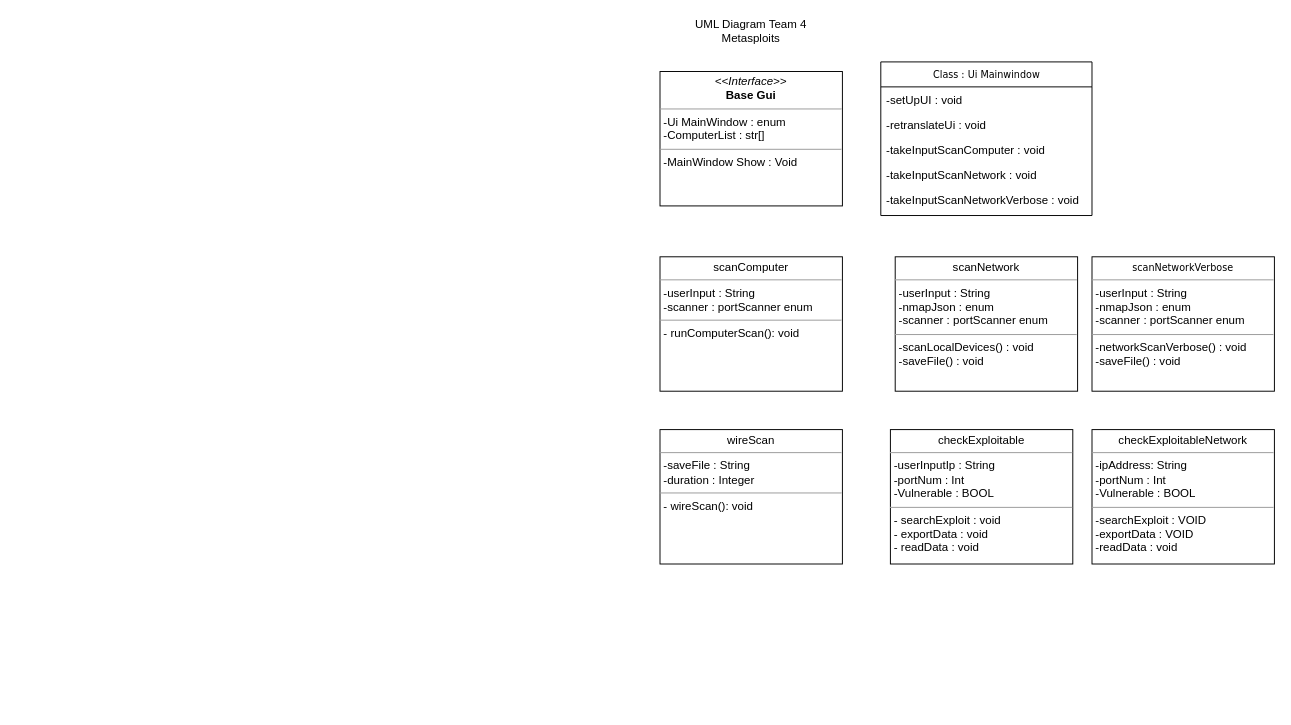
The draw.io diagram UMLDiagram.drawio in illusion173/NetBox, before the edit. Source tidied: cells renumbered, new cells numbered last; positions are measured from the earlier drawing's top-left corner, leaving out a move shared by most shapes. Both pictures are drawn from the tidied source at 96%, with x=0, y=0 at pixel (660, 16).
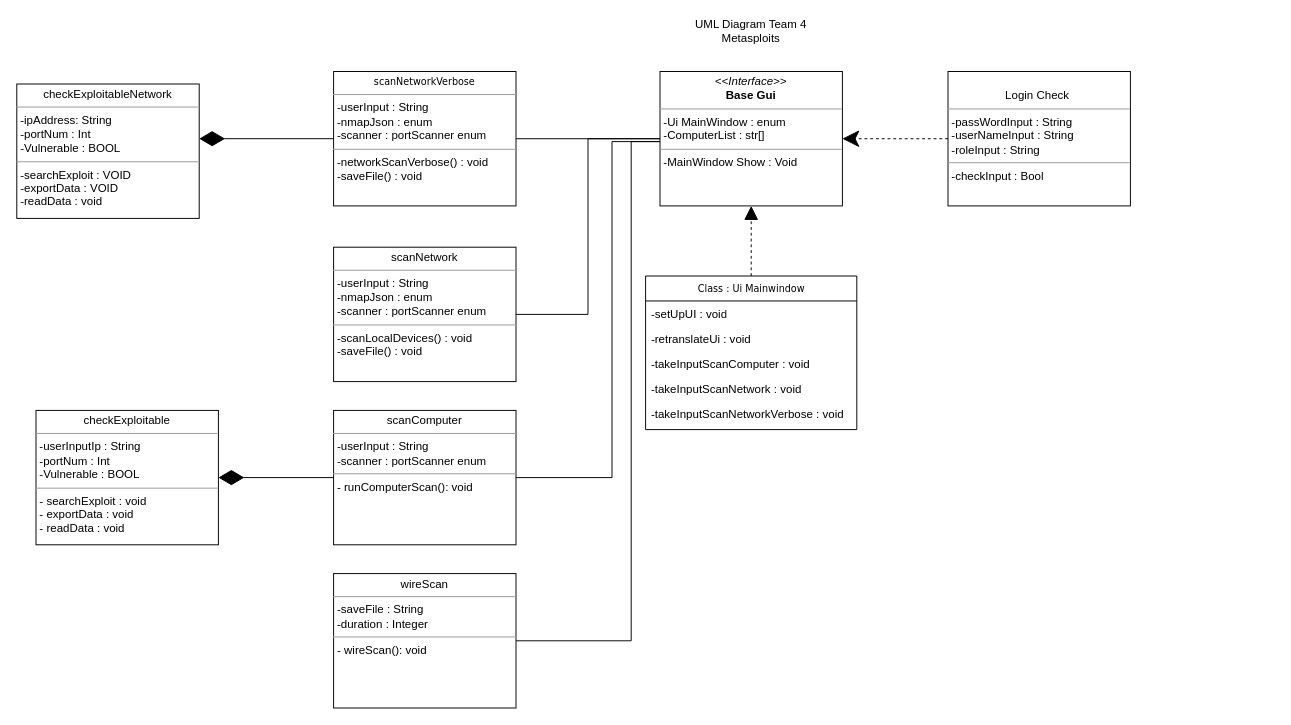
Above is the later version.

Unchanged cells that the change refers to:
```xml
<mxCell id="9" value="&lt;p style=&quot;margin: 0px ; margin-top: 4px ; text-align: center&quot;&gt;&lt;i&gt;&amp;lt;&amp;lt;Interface&amp;gt;&amp;gt;&lt;/i&gt;&lt;br&gt;&lt;b&gt;Base Gui&lt;/b&gt;&lt;/p&gt;&lt;hr size=&quot;1&quot;&gt;&lt;p style=&quot;margin: 0px ; margin-left: 4px&quot;&gt;-Ui MainWindow : enum&lt;/p&gt;&lt;p style=&quot;margin: 0px ; margin-left: 4px&quot;&gt;-ComputerList : str[]&lt;/p&gt;&lt;hr size=&quot;1&quot;&gt;&lt;p style=&quot;margin: 0px ; margin-left: 4px&quot;&gt;-MainWindow Show : Void&lt;/p&gt;" style="verticalAlign=top;align=left;overflow=fill;fontSize=12;fontFamily=Helvetica;html=1;rounded=0;shadow=0;comic=0;labelBackgroundColor=none;strokeWidth=1;" parent="1" vertex="1">
  <mxGeometry y="57" width="190" height="140" as="geometry" />
</mxCell>
```

What changed in the source:
```diff
@@
+    <mxCell id="16" style="edgeStyle=orthogonalEdgeStyle;rounded=0;jettySize=auto;html=1;endArrow=block;endFill=1;dashed=1;endSize=12;" parent="1" edge="1" source="2" target="9">
+      <mxGeometry relative="1" as="geometry" />
+    </mxCell>
     <mxCell id="2" value="Class : Ui Mainwindow" style="swimlane;html=1;fontStyle=0;horizontal=1;startSize=26;fillColor=none;swimlaneFillColor=#ffffff;rounded=0;shadow=0;comic=0;labelBackgroundColor=none;strokeWidth=1;fontFamily=Verdana;fontSize=10;align=center;" parent="1" vertex="1">
-      <mxGeometry x="230" y="47" width="220" height="160" as="geometry" />
+      <mxGeometry x="-15" y="270" width="220" height="160" as="geometry" />
     </mxCell>
@@
+    <mxCell id="17" style="edgeStyle=orthogonalEdgeStyle;rounded=0;jettySize=auto;html=1;entryX=0;entryY=0.5;entryDx=0;entryDy=0;endArrow=none;endFill=0;" parent="1" edge="1" source="8" target="9">
+      <mxGeometry relative="1" as="geometry" />
+    </mxCell>
     <mxCell id="8" value="&lt;p style=&quot;margin: 0px ; margin-top: 4px ; text-align: center&quot;&gt;scanNetwork&lt;/p&gt;&lt;hr size=&quot;1&quot;&gt;&lt;p style=&quot;margin: 0px ; margin-left: 4px&quot;&gt;-userInput : String&lt;br&gt;&lt;/p&gt;&lt;p style=&quot;margin: 0px ; margin-left: 4px&quot;&gt;-nmapJson : enum&lt;/p&gt;&lt;p style=&quot;margin: 0px ; margin-left: 4px&quot;&gt;-scanner : portScanner enum&lt;br&gt;&lt;/p&gt;&lt;hr size=&quot;1&quot;&gt;&lt;p style=&quot;margin: 0px ; margin-left: 4px&quot;&gt;-scanLocalDevices() : void&lt;/p&gt;&lt;p style=&quot;margin: 0px ; margin-left: 4px&quot;&gt;-saveFile() : void&lt;/p&gt;" style="verticalAlign=top;align=left;overflow=fill;fontSize=12;fontFamily=Helvetica;html=1;rounded=0;shadow=0;comic=0;labelBackgroundColor=none;strokeWidth=1;" parent="1" vertex="1">
-      <mxGeometry x="245" y="250" width="190" height="140" as="geometry" />
+      <mxGeometry x="-340" y="240" width="190" height="140" as="geometry" />
     </mxCell>
@@
+    <mxCell id="18" style="edgeStyle=orthogonalEdgeStyle;rounded=0;jettySize=auto;html=1;endArrow=none;endFill=0;" parent="1" edge="1" source="10">
+      <mxGeometry relative="1" as="geometry">
+        <mxPoint y="130" as="targetPoint" />
+        <Array as="points">
+          <mxPoint x="-50" y="480" />
+          <mxPoint x="-50" y="130" />
+        </Array>
+      </mxGeometry>
+    </mxCell>
+    <mxCell id="19" style="edgeStyle=orthogonalEdgeStyle;rounded=0;jettySize=auto;html=1;entryX=1;entryY=0.5;entryDx=0;entryDy=0;endArrow=diamondThin;endFill=1;endSize=24;strokeWidth=1;" parent="1" edge="1" source="10" target="14">
+      <mxGeometry relative="1" as="geometry" />
+    </mxCell>
     <mxCell id="10" value="&lt;p style=&quot;margin: 0px ; margin-top: 4px ; text-align: center&quot;&gt;scanComputer&lt;/p&gt;&lt;hr size=&quot;1&quot;&gt;&lt;p style=&quot;margin: 0px ; margin-left: 4px&quot;&gt;-userInput : String&lt;br&gt;&lt;/p&gt;&lt;p style=&quot;margin: 0px ; margin-left: 4px&quot;&gt;-scanner : portScanner enum&lt;/p&gt;&lt;hr size=&quot;1&quot;&gt;&lt;p style=&quot;margin: 0px ; margin-left: 4px&quot;&gt;- runComputerScan(): void&lt;br&gt;&lt;/p&gt;" style="verticalAlign=top;align=left;overflow=fill;fontSize=12;fontFamily=Helvetica;html=1;rounded=0;shadow=0;comic=0;labelBackgroundColor=none;strokeWidth=1;" parent="1" vertex="1">
-      <mxGeometry y="250" width="190" height="140" as="geometry" />
+      <mxGeometry x="-340" y="410" width="190" height="140" as="geometry" />
     </mxCell>
@@
+    <mxCell id="20" style="edgeStyle=orthogonalEdgeStyle;rounded=0;jettySize=auto;html=1;entryX=0;entryY=0.5;entryDx=0;entryDy=0;endArrow=none;endFill=0;" parent="1" edge="1" source="12" target="9">
+      <mxGeometry relative="1" as="geometry" />
+    </mxCell>
+    <mxCell id="21" style="edgeStyle=orthogonalEdgeStyle;rounded=0;jettySize=auto;html=1;entryX=1;entryY=0.407;entryDx=0;entryDy=0;entryPerimeter=0;endArrow=diamondThin;endFill=1;endSize=24;strokeWidth=1;" parent="1" edge="1" source="12" target="15">
+      <mxGeometry relative="1" as="geometry" />
+    </mxCell>
     <mxCell id="12" value="&lt;p style=&quot;margin: 0px ; margin-top: 4px ; text-align: center&quot;&gt;&lt;span style=&quot;font-family: &amp;#34;verdana&amp;#34; ; font-size: 10px&quot;&gt;scanNetworkVerbose&lt;/span&gt;&lt;br&gt;&lt;/p&gt;&lt;hr size=&quot;1&quot;&gt;&lt;p style=&quot;margin: 0px ; margin-left: 4px&quot;&gt;-userInput : String&lt;br&gt;&lt;/p&gt;&lt;p style=&quot;margin: 0px ; margin-left: 4px&quot;&gt;-nmapJson : enum&lt;/p&gt;&lt;p style=&quot;margin: 0px ; margin-left: 4px&quot;&gt;-scanner : portScanner enum&lt;br&gt;&lt;/p&gt;&lt;hr size=&quot;1&quot;&gt;&lt;p style=&quot;margin: 0px ; margin-left: 4px&quot;&gt;-networkScanVerbose() : void&lt;/p&gt;&lt;p style=&quot;margin: 0px ; margin-left: 4px&quot;&gt;-saveFile() : void&lt;/p&gt;" style="verticalAlign=top;align=left;overflow=fill;fontSize=12;fontFamily=Helvetica;html=1;rounded=0;shadow=0;comic=0;labelBackgroundColor=none;strokeWidth=1;" parent="1" vertex="1">
-      <mxGeometry x="450" y="250" width="190" height="140" as="geometry" />
+      <mxGeometry x="-340" y="57" width="190" height="140" as="geometry" />
     </mxCell>
+    <mxCell id="22" style="edgeStyle=orthogonalEdgeStyle;rounded=0;jettySize=auto;html=1;endArrow=none;endFill=0;" parent="1" edge="1" source="13">
+      <mxGeometry relative="1" as="geometry">
+        <mxPoint y="130" as="targetPoint" />
+        <Array as="points">
+          <mxPoint x="-30" y="650" />
+          <mxPoint x="-30" y="130" />
+        </Array>
+      </mxGeometry>
+    </mxCell>
     <mxCell id="13" value="&lt;p style=&quot;margin: 0px ; margin-top: 4px ; text-align: center&quot;&gt;wireScan&lt;/p&gt;&lt;hr size=&quot;1&quot;&gt;&lt;p style=&quot;margin: 0px ; margin-left: 4px&quot;&gt;-saveFile : String&lt;br&gt;&lt;/p&gt;&lt;p style=&quot;margin: 0px ; margin-left: 4px&quot;&gt;-duration : Integer&lt;/p&gt;&lt;hr size=&quot;1&quot;&gt;&lt;p style=&quot;margin: 0px ; margin-left: 4px&quot;&gt;- wireScan(): void&lt;br&gt;&lt;/p&gt;" style="verticalAlign=top;align=left;overflow=fill;fontSize=12;fontFamily=Helvetica;html=1;rounded=0;shadow=0;comic=0;labelBackgroundColor=none;strokeWidth=1;" parent="1" vertex="1">
-      <mxGeometry y="430" width="190" height="140" as="geometry" />
+      <mxGeometry x="-340" y="580" width="190" height="140" as="geometry" />
     </mxCell>
     <mxCell id="14" value="&lt;p style=&quot;margin: 0px ; margin-top: 4px ; text-align: center&quot;&gt;checkExploitable&lt;/p&gt;&lt;hr size=&quot;1&quot;&gt;&lt;p style=&quot;margin: 0px ; margin-left: 4px&quot;&gt;-userInputIp : String&lt;/p&gt;&lt;p style=&quot;margin: 0px ; margin-left: 4px&quot;&gt;-portNum : Int&lt;/p&gt;&lt;p style=&quot;margin: 0px ; margin-left: 4px&quot;&gt;-Vulnerable : BOOL&lt;/p&gt;&lt;hr size=&quot;1&quot;&gt;&lt;p style=&quot;margin: 0px ; margin-left: 4px&quot;&gt;- searchExploit : void&lt;/p&gt;&lt;p style=&quot;margin: 0px ; margin-left: 4px&quot;&gt;- exportData : void&lt;/p&gt;&lt;p style=&quot;margin: 0px ; margin-left: 4px&quot;&gt;- readData : void&lt;/p&gt;" style="verticalAlign=top;align=left;overflow=fill;fontSize=12;fontFamily=Helvetica;html=1;rounded=0;shadow=0;comic=0;labelBackgroundColor=none;strokeWidth=1;" parent="1" vertex="1">
-      <mxGeometry x="240" y="430" width="190" height="140" as="geometry" />
+      <mxGeometry x="-650" y="410" width="190" height="140" as="geometry" />
     </mxCell>
     <mxCell id="15" value="&lt;p style=&quot;margin: 0px ; margin-top: 4px ; text-align: center&quot;&gt;checkExploitableNetwork&lt;/p&gt;&lt;hr size=&quot;1&quot;&gt;&lt;p style=&quot;margin: 0px ; margin-left: 4px&quot;&gt;-ipAddress: String&lt;br&gt;&lt;/p&gt;&lt;p style=&quot;margin: 0px ; margin-left: 4px&quot;&gt;-portNum : Int&lt;/p&gt;&lt;p style=&quot;margin: 0px ; margin-left: 4px&quot;&gt;-Vulnerable : BOOL&lt;/p&gt;&lt;hr size=&quot;1&quot;&gt;&lt;p style=&quot;margin: 0px ; margin-left: 4px&quot;&gt;-searchExploit : VOID&lt;/p&gt;&lt;p style=&quot;margin: 0px ; margin-left: 4px&quot;&gt;-exportData : VOID&lt;/p&gt;&lt;p style=&quot;margin: 0px ; margin-left: 4px&quot;&gt;-readData : void&lt;/p&gt;" style="verticalAlign=top;align=left;overflow=fill;fontSize=12;fontFamily=Helvetica;html=1;rounded=0;shadow=0;comic=0;labelBackgroundColor=none;strokeWidth=1;" parent="1" vertex="1">
-      <mxGeometry x="450" y="430" width="190" height="140" as="geometry" />
+      <mxGeometry x="-670" y="70" width="190" height="140" as="geometry" />
     </mxCell>
+    <mxCell id="23" style="edgeStyle=orthogonalEdgeStyle;rounded=0;jettySize=auto;html=1;entryX=1;entryY=0.5;entryDx=0;entryDy=0;dashed=1;endSize=15;" parent="1" edge="1" source="24" target="9">
+      <mxGeometry relative="1" as="geometry" />
+    </mxCell>
+    <mxCell id="24" value="&lt;p style=&quot;margin: 0px ; margin-top: 4px ; text-align: center&quot;&gt;&lt;br&gt;Login Check&amp;nbsp;&lt;/p&gt;&lt;hr size=&quot;1&quot;&gt;&lt;p style=&quot;margin: 0px ; margin-left: 4px&quot;&gt;-passWordInput : String&lt;/p&gt;&lt;p style=&quot;margin: 0px ; margin-left: 4px&quot;&gt;-userNameInput : String&lt;/p&gt;&lt;p style=&quot;margin: 0px ; margin-left: 4px&quot;&gt;-roleInput : String&lt;/p&gt;&lt;hr size=&quot;1&quot;&gt;&lt;p style=&quot;margin: 0px ; margin-left: 4px&quot;&gt;-checkInput : Bool&lt;/p&gt;" style="verticalAlign=top;align=left;overflow=fill;fontSize=12;fontFamily=Helvetica;html=1;rounded=0;shadow=0;comic=0;labelBackgroundColor=none;strokeWidth=1;" parent="1" vertex="1">
+      <mxGeometry x="300" y="57" width="190" height="140" as="geometry" />
+    </mxCell>
```
